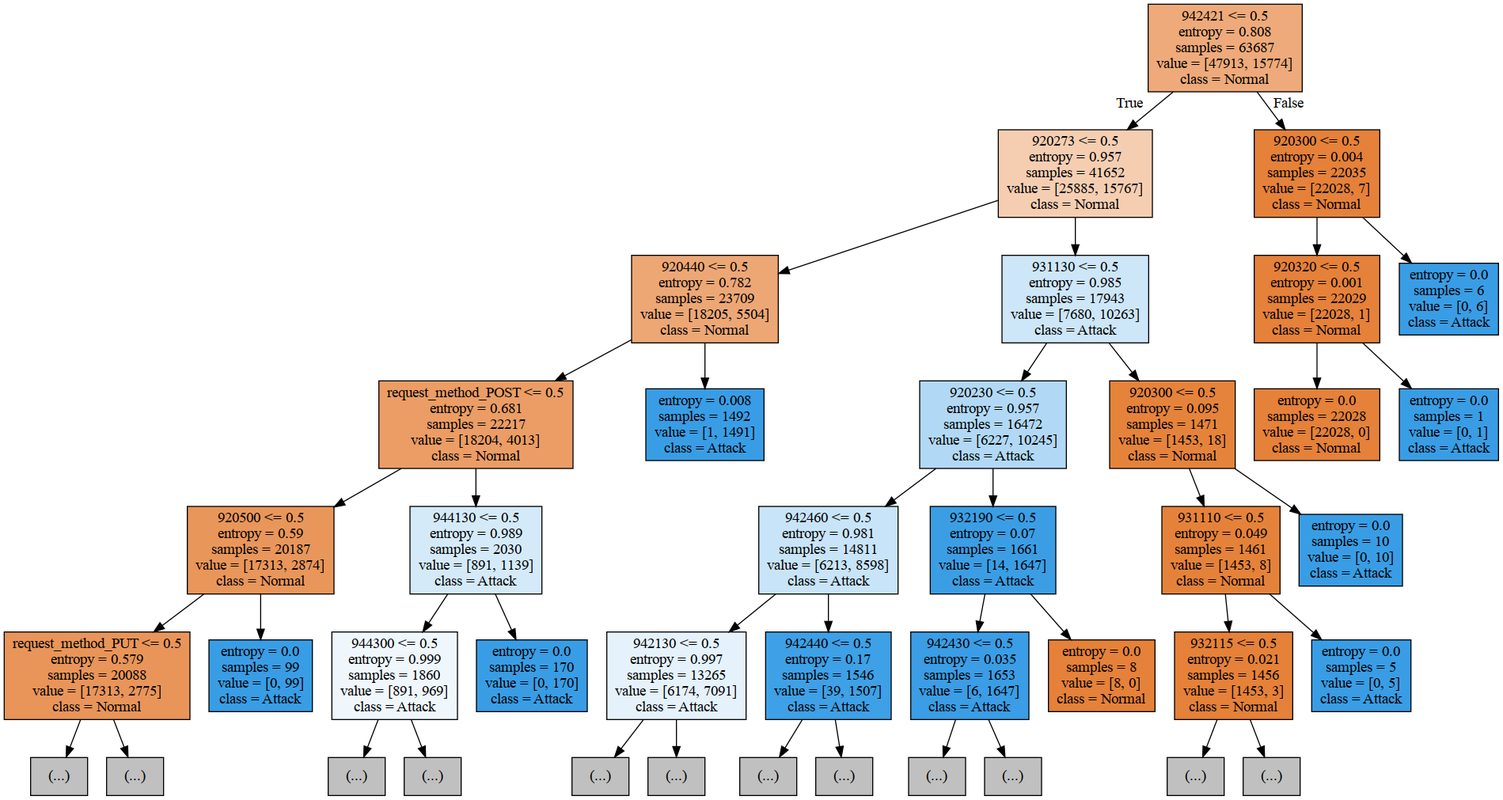
This is ml-model/decision_tree.png from ngoctint1lvc/waf, a Graphviz export, as it was before one commit. Its source is kept beside it as ml-model/decision_tree.dot.
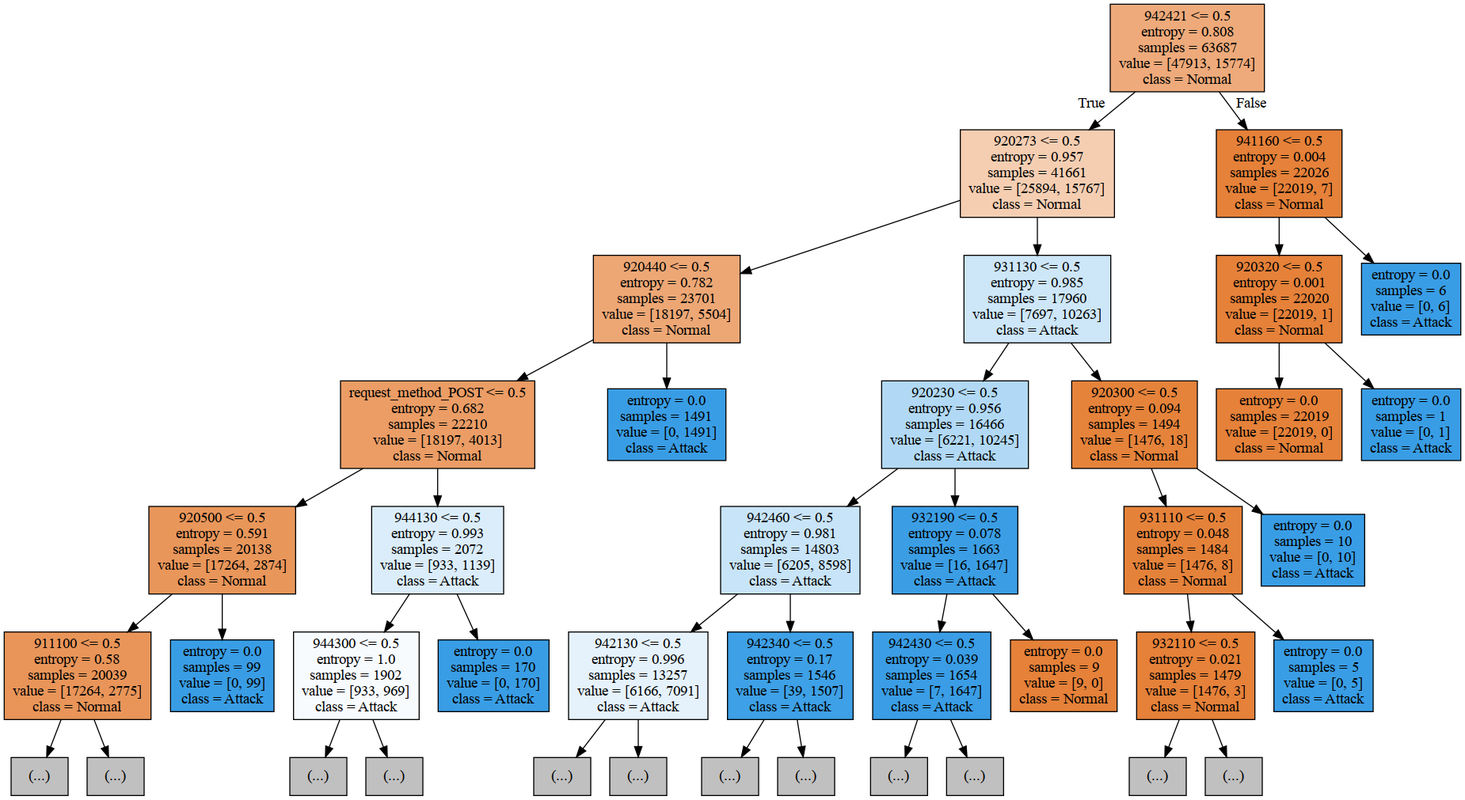
The same diagram one commit later.

Diff of the diagram source:
```diff
@@ -1,84 +1,84 @@
 digraph Tree {
 node [shape=box, style="filled", color="black"] ;
 0 [label="942421 <= 0.5\nentropy = 0.808\nsamples = 63687\nvalue = [47913, 15774]\nclass = Normal", fillcolor="#eeaa7a"] ;
-1 [label="920273 <= 0.5\nentropy = 0.957\nsamples = 41652\nvalue = [25885, 15767]\nclass = Normal", fillcolor="#f5ceb2"] ;
+1 [label="920273 <= 0.5\nentropy = 0.957\nsamples = 41661\nvalue = [25894, 15767]\nclass = Normal", fillcolor="#f5ceb2"] ;
 0 -> 1 [labeldistance=2.5, labelangle=45, headlabel="True"] ;
-2 [label="920440 <= 0.5\nentropy = 0.782\nsamples = 23709\nvalue = [18205, 5504]\nclass = Normal", fillcolor="#eda775"] ;
+2 [label="920440 <= 0.5\nentropy = 0.782\nsamples = 23701\nvalue = [18197, 5504]\nclass = Normal", fillcolor="#eda775"] ;
 1 -> 2 ;
-3 [label="request_method_POST <= 0.5\nentropy = 0.681\nsamples = 22217\nvalue = [18204, 4013]\nclass = Normal", fillcolor="#eb9d65"] ;
+3 [label="request_method_POST <= 0.5\nentropy = 0.682\nsamples = 22210\nvalue = [18197, 4013]\nclass = Normal", fillcolor="#eb9d65"] ;
 2 -> 3 ;
-4 [label="920500 <= 0.5\nentropy = 0.59\nsamples = 20187\nvalue = [17313, 2874]\nclass = Normal", fillcolor="#e9965a"] ;
+4 [label="920500 <= 0.5\nentropy = 0.591\nsamples = 20138\nvalue = [17264, 2874]\nclass = Normal", fillcolor="#e9965a"] ;
 3 -> 4 ;
-5 [label="request_method_PUT <= 0.5\nentropy = 0.579\nsamples = 20088\nvalue = [17313, 2775]\nclass = Normal", fillcolor="#e99559"] ;
+5 [label="911100 <= 0.5\nentropy = 0.58\nsamples = 20039\nvalue = [17264, 2775]\nclass = Normal", fillcolor="#e99559"] ;
 4 -> 5 ;
 6 [label="(...)", fillcolor="#C0C0C0"] ;
 5 -> 6 ;
 43 [label="(...)", fillcolor="#C0C0C0"] ;
 5 -> 43 ;
-46 [label="entropy = 0.0\nsamples = 99\nvalue = [0, 99]\nclass = Attack", fillcolor="#399de5"] ;
-4 -> 46 ;
-47 [label="944130 <= 0.5\nentropy = 0.989\nsamples = 2030\nvalue = [891, 1139]\nclass = Attack", fillcolor="#d4eaf9"] ;
-3 -> 47 ;
-48 [label="944300 <= 0.5\nentropy = 0.999\nsamples = 1860\nvalue = [891, 969]\nclass = Attack", fillcolor="#eff7fd"] ;
-47 -> 48 ;
-49 [label="(...)", fillcolor="#C0C0C0"] ;
-48 -> 49 ;
-62 [label="(...)", fillcolor="#C0C0C0"] ;
-48 -> 62 ;
-63 [label="entropy = 0.0\nsamples = 170\nvalue = [0, 170]\nclass = Attack", fillcolor="#399de5"] ;
-47 -> 63 ;
-64 [label="entropy = 0.008\nsamples = 1492\nvalue = [1, 1491]\nclass = Attack", fillcolor="#399de5"] ;
-2 -> 64 ;
-65 [label="931130 <= 0.5\nentropy = 0.985\nsamples = 17943\nvalue = [7680, 10263]\nclass = Attack", fillcolor="#cde6f8"] ;
-1 -> 65 ;
-66 [label="920230 <= 0.5\nentropy = 0.957\nsamples = 16472\nvalue = [6227, 10245]\nclass = Attack", fillcolor="#b1d9f5"] ;
+44 [label="entropy = 0.0\nsamples = 99\nvalue = [0, 99]\nclass = Attack", fillcolor="#399de5"] ;
+4 -> 44 ;
+45 [label="944130 <= 0.5\nentropy = 0.993\nsamples = 2072\nvalue = [933, 1139]\nclass = Attack", fillcolor="#dbedfa"] ;
+3 -> 45 ;
+46 [label="944300 <= 0.5\nentropy = 1.0\nsamples = 1902\nvalue = [933, 969]\nclass = Attack", fillcolor="#f8fbfe"] ;
+45 -> 46 ;
+47 [label="(...)", fillcolor="#C0C0C0"] ;
+46 -> 47 ;
+60 [label="(...)", fillcolor="#C0C0C0"] ;
+46 -> 60 ;
+61 [label="entropy = 0.0\nsamples = 170\nvalue = [0, 170]\nclass = Attack", fillcolor="#399de5"] ;
+45 -> 61 ;
+62 [label="entropy = 0.0\nsamples = 1491\nvalue = [0, 1491]\nclass = Attack", fillcolor="#399de5"] ;
+2 -> 62 ;
+63 [label="931130 <= 0.5\nentropy = 0.985\nsamples = 17960\nvalue = [7697, 10263]\nclass = Attack", fillcolor="#cde6f8"] ;
+1 -> 63 ;
+64 [label="920230 <= 0.5\nentropy = 0.956\nsamples = 16466\nvalue = [6221, 10245]\nclass = Attack", fillcolor="#b1d9f5"] ;
+63 -> 64 ;
+65 [label="942460 <= 0.5\nentropy = 0.981\nsamples = 14803\nvalue = [6205, 8598]\nclass = Attack", fillcolor="#c8e4f8"] ;
+64 -> 65 ;
+66 [label="942130 <= 0.5\nentropy = 0.996\nsamples = 13257\nvalue = [6166, 7091]\nclass = Attack", fillcolor="#e5f2fc"] ;
 65 -> 66 ;
-67 [label="942460 <= 0.5\nentropy = 0.981\nsamples = 14811\nvalue = [6213, 8598]\nclass = Attack", fillcolor="#c8e4f8"] ;
+67 [label="(...)", fillcolor="#C0C0C0"] ;
 66 -> 67 ;
-68 [label="942130 <= 0.5\nentropy = 0.997\nsamples = 13265\nvalue = [6174, 7091]\nclass = Attack", fillcolor="#e5f2fc"] ;
-67 -> 68 ;
-69 [label="(...)", fillcolor="#C0C0C0"] ;
-68 -> 69 ;
-134 [label="(...)", fillcolor="#C0C0C0"] ;
-68 -> 134 ;
-151 [label="942440 <= 0.5\nentropy = 0.17\nsamples = 1546\nvalue = [39, 1507]\nclass = Attack", fillcolor="#3ea0e6"] ;
-67 -> 151 ;
-152 [label="(...)", fillcolor="#C0C0C0"] ;
-151 -> 152 ;
-177 [label="(...)", fillcolor="#C0C0C0"] ;
-151 -> 177 ;
-178 [label="932190 <= 0.5\nentropy = 0.07\nsamples = 1661\nvalue = [14, 1647]\nclass = Attack", fillcolor="#3b9ee5"] ;
-66 -> 178 ;
-179 [label="942430 <= 0.5\nentropy = 0.035\nsamples = 1653\nvalue = [6, 1647]\nclass = Attack", fillcolor="#3a9de5"] ;
-178 -> 179 ;
-180 [label="(...)", fillcolor="#C0C0C0"] ;
+130 [label="(...)", fillcolor="#C0C0C0"] ;
+66 -> 130 ;
+145 [label="942340 <= 0.5\nentropy = 0.17\nsamples = 1546\nvalue = [39, 1507]\nclass = Attack", fillcolor="#3ea0e6"] ;
+65 -> 145 ;
+146 [label="(...)", fillcolor="#C0C0C0"] ;
+145 -> 146 ;
+169 [label="(...)", fillcolor="#C0C0C0"] ;
+145 -> 169 ;
+172 [label="932190 <= 0.5\nentropy = 0.078\nsamples = 1663\nvalue = [16, 1647]\nclass = Attack", fillcolor="#3b9ee5"] ;
+64 -> 172 ;
+173 [label="942430 <= 0.5\nentropy = 0.039\nsamples = 1654\nvalue = [7, 1647]\nclass = Attack", fillcolor="#3a9de5"] ;
+172 -> 173 ;
+174 [label="(...)", fillcolor="#C0C0C0"] ;
+173 -> 174 ;
+175 [label="(...)", fillcolor="#C0C0C0"] ;
+173 -> 175 ;
+178 [label="entropy = 0.0\nsamples = 9\nvalue = [9, 0]\nclass = Normal", fillcolor="#e58139"] ;
+172 -> 178 ;
+179 [label="920300 <= 0.5\nentropy = 0.094\nsamples = 1494\nvalue = [1476, 18]\nclass = Normal", fillcolor="#e5833b"] ;
+63 -> 179 ;
+180 [label="931110 <= 0.5\nentropy = 0.048\nsamples = 1484\nvalue = [1476, 8]\nclass = Normal", fillcolor="#e5823a"] ;
 179 -> 180 ;
-181 [label="(...)", fillcolor="#C0C0C0"] ;
-179 -> 181 ;
-184 [label="entropy = 0.0\nsamples = 8\nvalue = [8, 0]\nclass = Normal", fillcolor="#e58139"] ;
-178 -> 184 ;
-185 [label="920300 <= 0.5\nentropy = 0.095\nsamples = 1471\nvalue = [1453, 18]\nclass = Normal", fillcolor="#e5833b"] ;
-65 -> 185 ;
-186 [label="931110 <= 0.5\nentropy = 0.049\nsamples = 1461\nvalue = [1453, 8]\nclass = Normal", fillcolor="#e5823a"] ;
-185 -> 186 ;
-187 [label="932115 <= 0.5\nentropy = 0.021\nsamples = 1456\nvalue = [1453, 3]\nclass = Normal", fillcolor="#e58139"] ;
-186 -> 187 ;
-188 [label="(...)", fillcolor="#C0C0C0"] ;
-187 -> 188 ;
-197 [label="(...)", fillcolor="#C0C0C0"] ;
-187 -> 197 ;
-198 [label="entropy = 0.0\nsamples = 5\nvalue = [0, 5]\nclass = Attack", fillcolor="#399de5"] ;
-186 -> 198 ;
-199 [label="entropy = 0.0\nsamples = 10\nvalue = [0, 10]\nclass = Attack", fillcolor="#399de5"] ;
-185 -> 199 ;
-200 [label="920300 <= 0.5\nentropy = 0.004\nsamples = 22035\nvalue = [22028, 7]\nclass = Normal", fillcolor="#e58139"] ;
-0 -> 200 [labeldistance=2.5, labelangle=-45, headlabel="False"] ;
-201 [label="920320 <= 0.5\nentropy = 0.001\nsamples = 22029\nvalue = [22028, 1]\nclass = Normal", fillcolor="#e58139"] ;
-200 -> 201 ;
-202 [label="entropy = 0.0\nsamples = 22028\nvalue = [22028, 0]\nclass = Normal", fillcolor="#e58139"] ;
-201 -> 202 ;
-203 [label="entropy = 0.0\nsamples = 1\nvalue = [0, 1]\nclass = Attack", fillcolor="#399de5"] ;
-201 -> 203 ;
-204 [label="entropy = 0.0\nsamples = 6\nvalue = [0, 6]\nclass = Attack", fillcolor="#399de5"] ;
-200 -> 204 ;
+181 [label="932110 <= 0.5\nentropy = 0.021\nsamples = 1479\nvalue = [1476, 3]\nclass = Normal", fillcolor="#e58139"] ;
+180 -> 181 ;
+182 [label="(...)", fillcolor="#C0C0C0"] ;
+181 -> 182 ;
+189 [label="(...)", fillcolor="#C0C0C0"] ;
+181 -> 189 ;
+190 [label="entropy = 0.0\nsamples = 5\nvalue = [0, 5]\nclass = Attack", fillcolor="#399de5"] ;
+180 -> 190 ;
+191 [label="entropy = 0.0\nsamples = 10\nvalue = [0, 10]\nclass = Attack", fillcolor="#399de5"] ;
+179 -> 191 ;
+192 [label="941160 <= 0.5\nentropy = 0.004\nsamples = 22026\nvalue = [22019, 7]\nclass = Normal", fillcolor="#e58139"] ;
+0 -> 192 [labeldistance=2.5, labelangle=-45, headlabel="False"] ;
+193 [label="920320 <= 0.5\nentropy = 0.001\nsamples = 22020\nvalue = [22019, 1]\nclass = Normal", fillcolor="#e58139"] ;
+192 -> 193 ;
+194 [label="entropy = 0.0\nsamples = 22019\nvalue = [22019, 0]\nclass = Normal", fillcolor="#e58139"] ;
+193 -> 194 ;
+195 [label="entropy = 0.0\nsamples = 1\nvalue = [0, 1]\nclass = Attack", fillcolor="#399de5"] ;
+193 -> 195 ;
+196 [label="entropy = 0.0\nsamples = 6\nvalue = [0, 6]\nclass = Attack", fillcolor="#399de5"] ;
+192 -> 196 ;
 }
```
